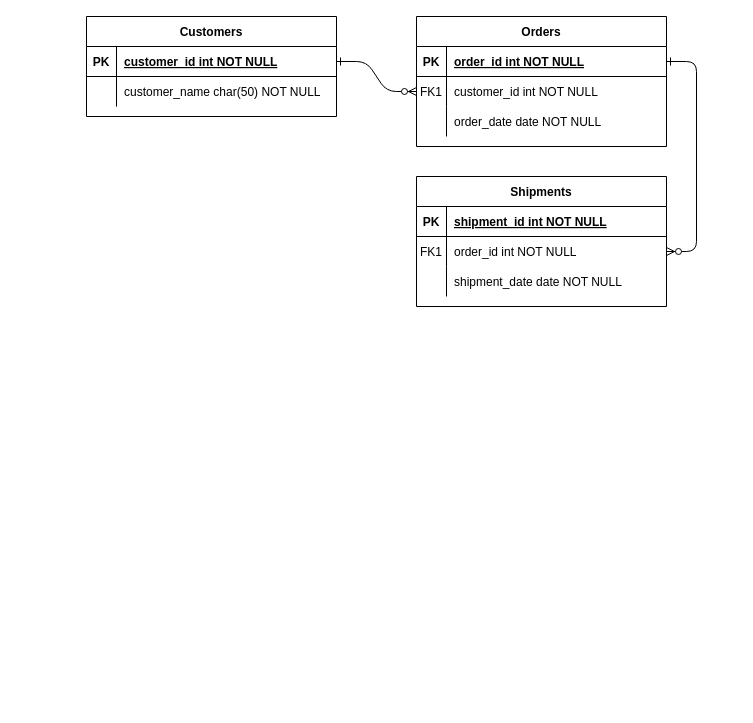
Before: SQL_EXTRA/Untitled Diagram.drawio in Damla-Gurbaz/SQL, a draw.io diagram. Source tidied: cells renumbered, new cells numbered last; positions are measured from the earlier drawing's top-left corner, leaving out a move shared by most shapes. Both pictures are drawn from the tidied source at 100%, with x=0, y=0 at pixel (86, 16).
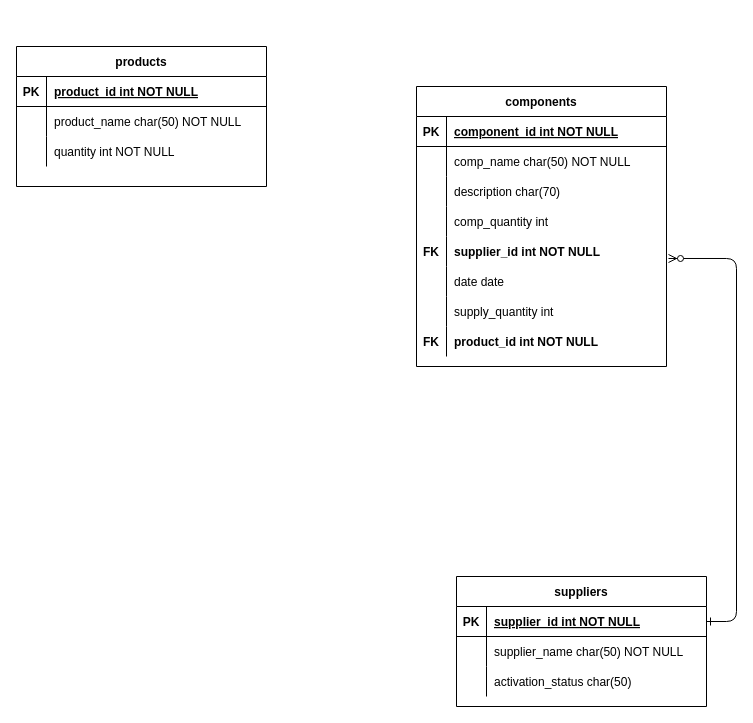
The same page after the edit.

Commit message:
Charlie’s Chocolate Factory Diagram.drawio

Unchanged cells that the change refers to:
```xml
<mxCell id="5" style="shape=partialRectangle;fillColor=none;points=[[0,0.5],[1,0.5]];portConstraint=eastwest;top=0;left=0;right=0;bottom=1;" parent="4" vertex="1">
  <mxGeometry y="30" width="250" height="30" as="geometry" />
</mxCell>
<mxCell id="8" style="shape=partialRectangle;fillColor=none;points=[[0,0.5],[1,0.5]];portConstraint=eastwest;top=0;left=0;right=0;bottom=0;" parent="4" vertex="1">
  <mxGeometry y="60" width="250" height="30" as="geometry" />
</mxCell>
<mxCell id="11" style="shape=partialRectangle;fillColor=none;top=0;left=0;right=0;bottom=0;" parent="4" vertex="1">
  <mxGeometry y="90" width="250" height="30" as="geometry" />
</mxCell>
<mxCell id="15" style="shape=partialRectangle;fillColor=none;top=0;left=0;right=0;bottom=1;" parent="14" vertex="1">
  <mxGeometry y="30" width="250" height="30" as="geometry" />
</mxCell>
<mxCell id="18" style="shape=partialRectangle;fillColor=none;points=[[0,0.5],[1,0.5]];portConstraint=eastwest;top=0;left=0;right=0;bottom=0;" parent="14" vertex="1">
  <mxGeometry y="60" width="250" height="30" as="geometry" />
</mxCell>
<mxCell id="21" style="shape=partialRectangle;fillColor=none;top=0;left=0;right=0;bottom=0;" parent="14" vertex="1">
  <mxGeometry y="90" width="250" height="30" as="geometry" />
</mxCell>
<mxCell id="25" style="shape=partialRectangle;fillColor=none;points=[[0,0.5],[1,0.5]];portConstraint=eastwest;top=0;left=0;right=0;bottom=1;" parent="24" vertex="1">
  <mxGeometry y="30" width="250" height="30" as="geometry" />
</mxCell>
<mxCell id="28" style="shape=partialRectangle;fillColor=none;top=0;left=0;right=0;bottom=0;" parent="24" vertex="1">
  <mxGeometry y="60" width="250" height="30" as="geometry" />
</mxCell>
```

The edit, as a diff of the source:
```diff
@@
-    <mxCell id="2" style="edgeStyle=entityRelationEdgeStyle;endArrow=ERzeroToMany;startArrow=ERone;endFill=1;startFill=0;" parent="1" edge="1" source="25" target="8">
-      <mxGeometry relative="1" as="geometry" />
-    </mxCell>
-    <mxCell id="3" style="edgeStyle=entityRelationEdgeStyle;endArrow=ERzeroToMany;startArrow=ERone;endFill=1;startFill=0;" parent="1" edge="1" source="5" target="18">
+    <mxCell id="3" style="edgeStyle=entityRelationEdgeStyle;endArrow=ERzeroToMany;startArrow=ERone;endFill=1;startFill=0;entryX=1.008;entryY=0.733;entryDx=0;entryDy=0;entryPerimeter=0;" parent="1" edge="1" source="5" target="34">
       <mxGeometry relative="1" as="geometry" />
     </mxCell>
-    <mxCell id="4" value="Orders" style="shape=table;startSize=30;childLayout=tableLayout;rowLines=0;fontStyle=1;align=center;" parent="1" vertex="1">
-      <mxGeometry x="330" width="250" height="130" as="geometry" />
+    <mxCell id="4" value="suppliers" style="shape=table;startSize=30;childLayout=tableLayout;rowLines=0;fontStyle=1;align=center;" parent="1" vertex="1">
+      <mxGeometry x="370" y="560" width="250" height="130" as="geometry" />
     </mxCell>
@@
-    <mxCell id="7" value="order_id int NOT NULL " style="shape=partialRectangle;overflow=hidden;fillColor=none;top=0;left=0;bottom=0;right=0;align=left;spacingLeft=6;fontStyle=5;" parent="5" vertex="1">
+    <mxCell id="7" value="supplier_id int NOT NULL" style="shape=partialRectangle;overflow=hidden;fillColor=none;top=0;left=0;bottom=0;right=0;align=left;spacingLeft=6;fontStyle=5;" parent="5" vertex="1">
       <mxGeometry x="30" width="220" height="30" as="geometry" />
     </mxCell>
@@
-    <mxCell id="9" value="FK1" style="shape=partialRectangle;overflow=hidden;fillColor=none;top=0;left=0;bottom=0;right=0;" parent="8" vertex="1">
+    <mxCell id="9" style="shape=partialRectangle;overflow=hidden;fillColor=none;top=0;left=0;bottom=0;right=0;" parent="8" vertex="1">
       <mxGeometry width="30" height="30" as="geometry" />
     </mxCell>
-    <mxCell id="10" value="customer_id int NOT NULL" style="shape=partialRectangle;overflow=hidden;fillColor=none;top=0;left=0;bottom=0;right=0;align=left;spacingLeft=6;" parent="8" vertex="1">
+    <mxCell id="10" value="supplier_name char(50) NOT NULL" style="shape=partialRectangle;overflow=hidden;fillColor=none;top=0;left=0;bottom=0;right=0;align=left;spacingLeft=6;" parent="8" vertex="1">
       <mxGeometry x="30" width="220" height="30" as="geometry" />
     </mxCell>
@@
-    <mxCell id="13" value="order_date date NOT NULL" style="shape=partialRectangle;overflow=hidden;fillColor=none;top=0;left=0;bottom=0;right=0;align=left;spacingLeft=6;" parent="11" vertex="1">
+    <mxCell id="13" value="activation_status char(50)" style="shape=partialRectangle;overflow=hidden;fillColor=none;top=0;left=0;bottom=0;right=0;align=left;spacingLeft=6;" parent="11" vertex="1">
       <mxGeometry x="30" width="220" height="30" as="geometry" />
     </mxCell>
-    <mxCell id="14" value="Shipments" style="shape=table;startSize=30;childLayout=tableLayout;rowLines=0;fontStyle=1;align=center;" parent="1" vertex="1">
-      <mxGeometry x="330" y="160" width="250" height="130" as="geometry" />
+    <mxCell id="14" value="components" style="shape=table;startSize=30;childLayout=tableLayout;rowLines=0;fontStyle=1;align=center;swimlaneFillColor=none;" parent="1" vertex="1">
+      <mxGeometry x="330" y="70" width="250" height="280" as="geometry" />
     </mxCell>
@@
-    <mxCell id="17" value="shipment_id int NOT NULL " style="shape=partialRectangle;overflow=hidden;fillColor=none;top=0;left=0;bottom=0;right=0;align=left;spacingLeft=6;fontStyle=5;" parent="15" vertex="1">
+    <mxCell id="17" value="component_id int NOT NULL" style="shape=partialRectangle;overflow=hidden;fillColor=none;top=0;left=0;bottom=0;right=0;align=left;spacingLeft=6;fontStyle=5;" parent="15" vertex="1">
       <mxGeometry x="30" width="220" height="30" as="geometry" />
     </mxCell>
@@
-    <mxCell id="19" value="FK1" style="shape=partialRectangle;overflow=hidden;fillColor=none;top=0;left=0;bottom=0;right=0;" parent="18" vertex="1">
+    <mxCell id="19" style="shape=partialRectangle;overflow=hidden;fillColor=none;top=0;left=0;bottom=0;right=0;" parent="18" vertex="1">
       <mxGeometry width="30" height="30" as="geometry" />
     </mxCell>
-    <mxCell id="20" value="order_id int NOT NULL" style="shape=partialRectangle;overflow=hidden;fillColor=none;top=0;left=0;bottom=0;right=0;align=left;spacingLeft=6;" parent="18" vertex="1">
+    <mxCell id="20" value="comp_name char(50) NOT NULL" style="shape=partialRectangle;overflow=hidden;fillColor=none;top=0;left=0;bottom=0;right=0;align=left;spacingLeft=6;" parent="18" vertex="1">
       <mxGeometry x="30" width="220" height="30" as="geometry" />
     </mxCell>
@@
-    <mxCell id="23" value="shipment_date date NOT NULL" style="shape=partialRectangle;overflow=hidden;fillColor=none;top=0;left=0;bottom=0;right=0;align=left;spacingLeft=6;" parent="21" vertex="1">
+    <mxCell id="23" value="description char(70) " style="shape=partialRectangle;overflow=hidden;fillColor=none;top=0;left=0;bottom=0;right=0;align=left;spacingLeft=6;" parent="21" vertex="1">
       <mxGeometry x="30" width="220" height="30" as="geometry" />
     </mxCell>
+    <mxCell id="31" style="shape=partialRectangle;fillColor=none;top=0;left=0;right=0;bottom=0;" parent="14" vertex="1">
+      <mxGeometry y="120" width="250" height="30" as="geometry" />
+    </mxCell>
+    <mxCell id="32" style="shape=partialRectangle;overflow=hidden;fillColor=none;top=0;left=0;bottom=0;right=0;" parent="31" vertex="1">
+      <mxGeometry width="30" height="30" as="geometry" />
+    </mxCell>
+    <mxCell id="33" value="comp_quantity int " style="shape=partialRectangle;overflow=hidden;fillColor=none;top=0;left=0;bottom=0;right=0;align=left;spacingLeft=6;" parent="31" vertex="1">
+      <mxGeometry x="30" width="220" height="30" as="geometry" />
+    </mxCell>
+    <mxCell id="34" style="shape=partialRectangle;fillColor=none;points=[[0,0.5],[1,0.5]];portConstraint=eastwest;top=0;left=0;right=0;bottom=0;" parent="14" vertex="1">
+      <mxGeometry y="150" width="250" height="30" as="geometry" />
+    </mxCell>
+    <mxCell id="35" value="FK" style="shape=partialRectangle;overflow=hidden;fillColor=none;top=0;left=0;bottom=0;right=0;fontStyle=1;" parent="34" vertex="1">
+      <mxGeometry width="30" height="30" as="geometry" />
+    </mxCell>
+    <mxCell id="36" value="supplier_id int NOT NULL" style="shape=partialRectangle;overflow=hidden;fillColor=none;top=0;left=0;bottom=0;right=0;align=left;spacingLeft=6;fontStyle=1;" parent="34" vertex="1">
+      <mxGeometry x="30" width="220" height="30" as="geometry" />
+    </mxCell>
+    <mxCell id="37" style="shape=partialRectangle;fillColor=none;top=0;left=0;right=0;bottom=0;" parent="14" vertex="1">
+      <mxGeometry y="180" width="250" height="30" as="geometry" />
+    </mxCell>
+    <mxCell id="38" style="shape=partialRectangle;overflow=hidden;fillColor=none;top=0;left=0;bottom=0;right=0;" parent="37" vertex="1">
+      <mxGeometry width="30" height="30" as="geometry" />
+    </mxCell>
+    <mxCell id="39" value="date date" style="shape=partialRectangle;overflow=hidden;fillColor=none;top=0;left=0;bottom=0;right=0;align=left;spacingLeft=6;" parent="37" vertex="1">
+      <mxGeometry x="30" width="220" height="30" as="geometry" />
+    </mxCell>
+    <mxCell id="40" style="shape=partialRectangle;fillColor=none;top=0;left=0;right=0;bottom=0;" parent="14" vertex="1">
+      <mxGeometry y="210" width="250" height="30" as="geometry" />
+    </mxCell>
+    <mxCell id="41" style="shape=partialRectangle;overflow=hidden;fillColor=none;top=0;left=0;bottom=0;right=0;" parent="40" vertex="1">
+      <mxGeometry width="30" height="30" as="geometry" />
+    </mxCell>
+    <mxCell id="42" value="supply_quantity int " style="shape=partialRectangle;overflow=hidden;fillColor=none;top=0;left=0;bottom=0;right=0;align=left;spacingLeft=6;" parent="40" vertex="1">
+      <mxGeometry x="30" width="220" height="30" as="geometry" />
+    </mxCell>
+    <mxCell id="43" style="shape=partialRectangle;fillColor=none;top=0;left=0;right=0;bottom=0;" parent="14" vertex="1">
+      <mxGeometry y="240" width="250" height="30" as="geometry" />
+    </mxCell>
+    <mxCell id="44" value="FK" style="shape=partialRectangle;overflow=hidden;fillColor=none;top=0;left=0;bottom=0;right=0;fontStyle=1;" parent="43" vertex="1">
+      <mxGeometry width="30" height="30" as="geometry" />
+    </mxCell>
+    <mxCell id="45" value="product_id int NOT NULL" style="shape=partialRectangle;overflow=hidden;fillColor=none;top=0;left=0;bottom=0;right=0;align=left;spacingLeft=6;fontStyle=1;" parent="43" vertex="1">
+      <mxGeometry x="30" width="220" height="30" as="geometry" />
+    </mxCell>
-    <mxCell id="24" value="Customers" style="shape=table;startSize=30;childLayout=tableLayout;rowLines=0;fontStyle=1;align=center;" parent="1" vertex="1">
-      <mxGeometry width="250" height="100" as="geometry" />
+    <mxCell id="24" value="products" style="shape=table;startSize=30;childLayout=tableLayout;rowLines=0;fontStyle=1;align=center;" parent="1" vertex="1">
+      <mxGeometry x="-70" y="30" width="250" height="140" as="geometry" />
     </mxCell>
@@
-    <mxCell id="27" value="customer_id int NOT NULL " style="shape=partialRectangle;overflow=hidden;fillColor=none;top=0;left=0;bottom=0;right=0;align=left;spacingLeft=6;fontStyle=5;" parent="25" vertex="1">
+    <mxCell id="27" value="product_id int NOT NULL" style="shape=partialRectangle;overflow=hidden;fillColor=none;top=0;left=0;bottom=0;right=0;align=left;spacingLeft=6;fontStyle=5;" parent="25" vertex="1">
       <mxGeometry x="30" width="220" height="30" as="geometry" />
     </mxCell>
@@
-    <mxCell id="30" value="customer_name char(50) NOT NULL" style="shape=partialRectangle;overflow=hidden;fillColor=none;top=0;left=0;bottom=0;right=0;align=left;spacingLeft=6;" parent="28" vertex="1">
+    <mxCell id="30" value="product_name char(50) NOT NULL" style="shape=partialRectangle;overflow=hidden;fillColor=none;top=0;left=0;bottom=0;right=0;align=left;spacingLeft=6;" parent="28" vertex="1">
       <mxGeometry x="30" width="220" height="30" as="geometry" />
     </mxCell>
+    <mxCell id="46" style="shape=partialRectangle;fillColor=none;top=0;left=0;right=0;bottom=0;" parent="24" vertex="1">
+      <mxGeometry y="90" width="250" height="30" as="geometry" />
+    </mxCell>
+    <mxCell id="47" style="shape=partialRectangle;overflow=hidden;fillColor=none;top=0;left=0;bottom=0;right=0;" parent="46" vertex="1">
+      <mxGeometry width="30" height="30" as="geometry" />
+    </mxCell>
+    <mxCell id="48" value="quantity int NOT NULL" style="shape=partialRectangle;overflow=hidden;fillColor=none;top=0;left=0;bottom=0;right=0;align=left;spacingLeft=6;" parent="46" vertex="1">
+      <mxGeometry x="30" width="220" height="30" as="geometry" />
+    </mxCell>
```
